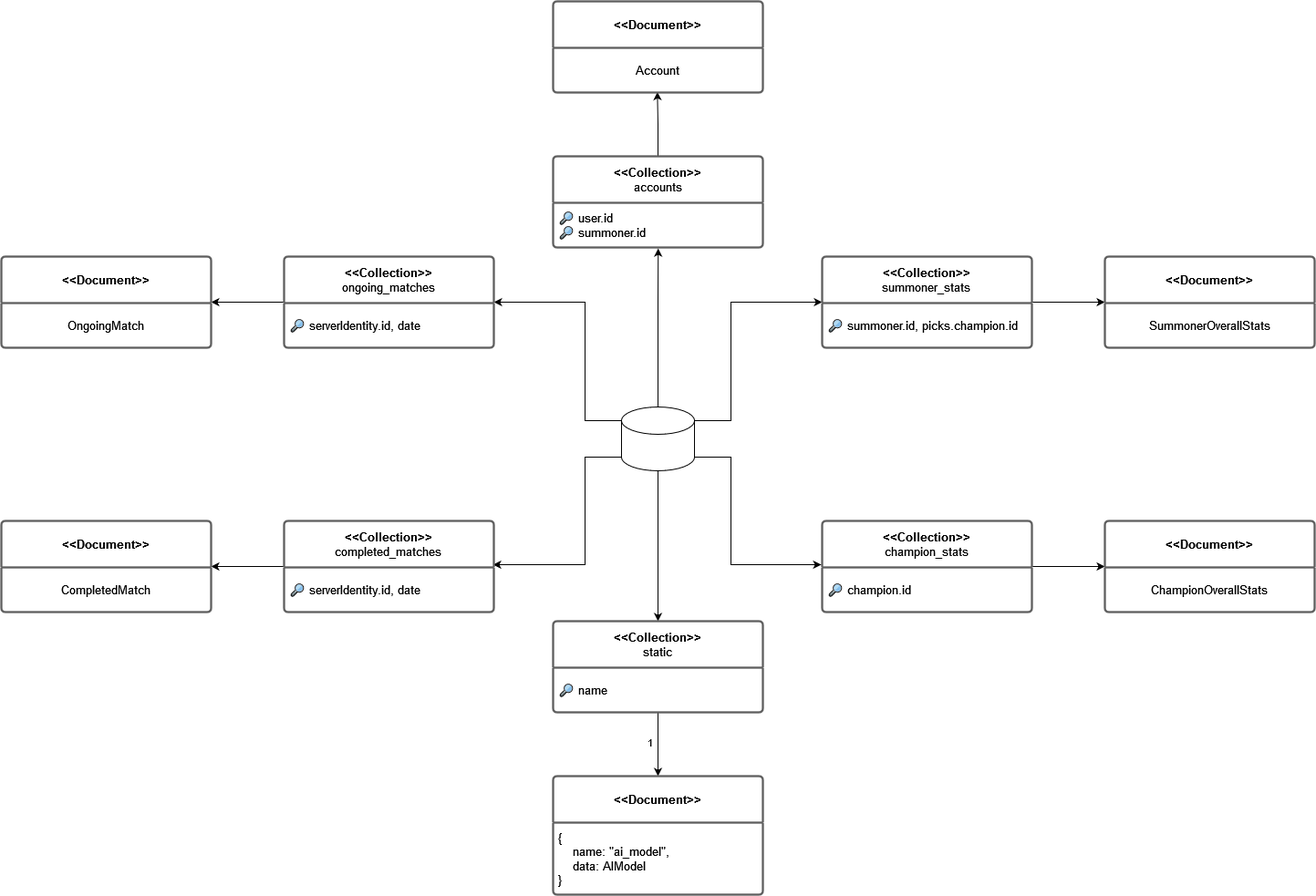
This is docs/img/database.png from ajoscram/Jupi-Zordon-3400, a draw.io export, as it was before one commit. Source tidied: cells renumbered, new cells last; positions are measured from the earlier drawing's top-left corner, leaving out a move shared by most shapes.
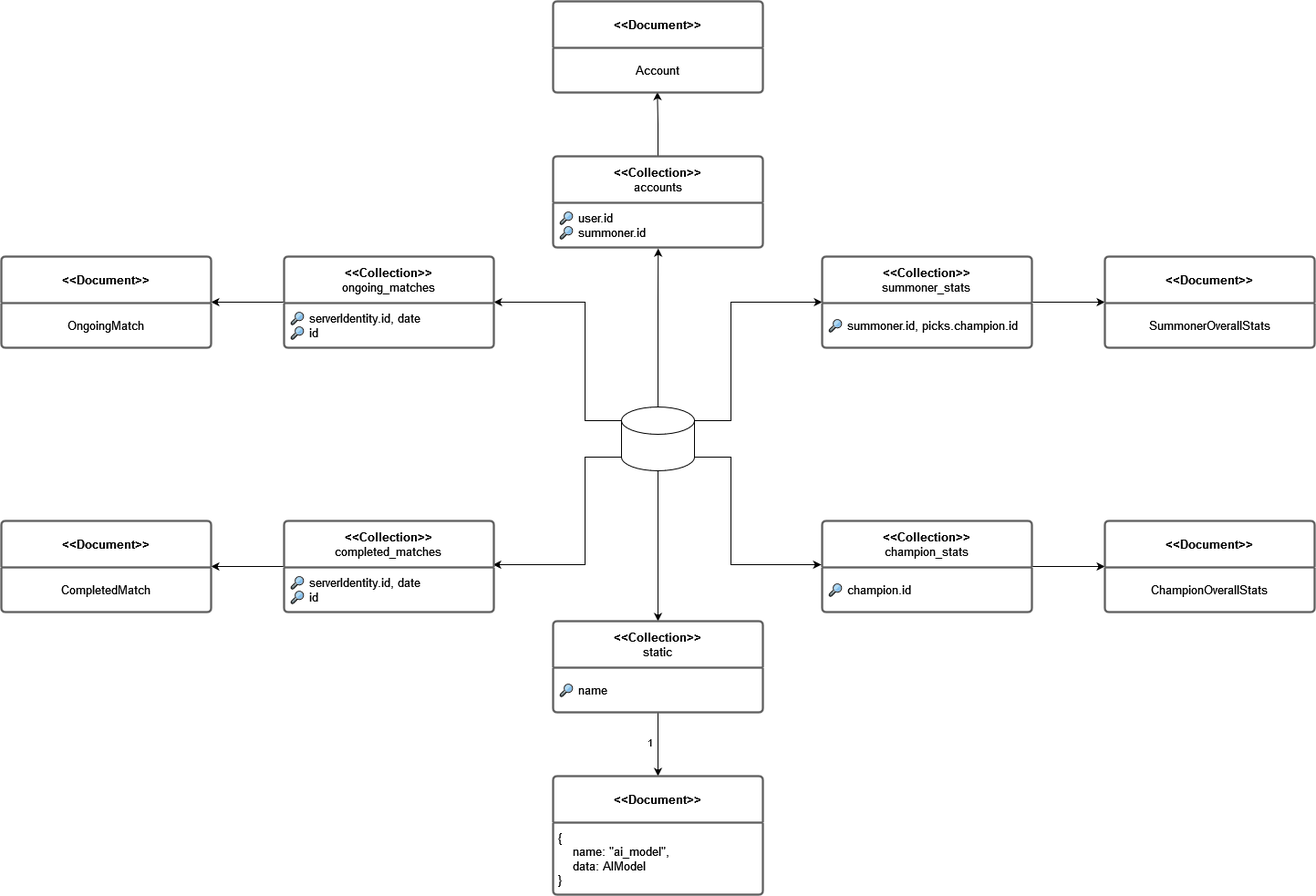
The same diagram one commit later.

The edit, as a diff of the source:
```diff
@@ -110,7 +110,7 @@
     <mxCell id="25" value="&lt;div align=&quot;center&quot;&gt;&lt;b&gt;&amp;lt;&amp;lt;Collection&amp;gt;&amp;gt;&lt;/b&gt;&lt;br&gt;ongoing_matches&lt;br&gt;&lt;/div&gt;" style="html=1;overflow=block;blockSpacing=1;whiteSpace=wrap;swimlane;horizontal=1;fontStyle=0;swimlaneFillColor=#ffffff;startSize=51;whiteSpace=wrap;overflow=block;blockSpacing=1;html=1;fontSize=13;whiteSpace=wrap;fontSize=13;align=center;spacing=0;strokeColor=#5e5e5e;strokeOpacity=100;rounded=1;absoluteArcSize=1;arcSize=9;strokeWidth=2.3;" parent="1" vertex="1">
       <mxGeometry x="310" y="280" width="230" height="100" as="geometry" />
     </mxCell>
-    <mxCell id="26" value="&lt;div&gt;🔎 serverIdentity.id, date&lt;br&gt;&lt;/div&gt;" style="html=1;whiteSpace=wrap;strokeColor=none;fillColor=none;align=left;verticalAlign=middle;spacingLeft=4;spacingRight=4;overflow=hidden;swimlaneFillColor=#ffffff;strokeOpacity=100;whiteSpace=wrap;overflow=block;blockSpacing=1;html=1;fontSize=13;" parent="25" vertex="1">
+    <mxCell id="26" value="&lt;div&gt;🔎 serverIdentity.id, date&lt;br&gt;🔎 id&lt;/div&gt;" style="html=1;whiteSpace=wrap;strokeColor=none;fillColor=none;align=left;verticalAlign=middle;spacingLeft=4;spacingRight=4;overflow=hidden;swimlaneFillColor=#ffffff;strokeOpacity=100;whiteSpace=wrap;overflow=block;blockSpacing=1;html=1;fontSize=13;" parent="25" vertex="1">
       <mxGeometry y="51" width="230" height="49" as="geometry" />
     </mxCell>
     <mxCell id="27" style="edgeStyle=orthogonalEdgeStyle;rounded=0;jettySize=auto;html=1;exitX=0;exitY=0.5;exitDx=0;exitDy=0;" parent="1" edge="1" source="28" target="38">
@@ -119,7 +119,7 @@
     <mxCell id="28" value="&lt;div align=&quot;center&quot;&gt;&lt;b&gt;&amp;lt;&amp;lt;Collection&amp;gt;&amp;gt;&lt;/b&gt;&lt;br&gt;completed_matches&lt;br&gt;&lt;/div&gt;" style="html=1;overflow=block;blockSpacing=1;whiteSpace=wrap;swimlane;horizontal=1;fontStyle=0;swimlaneFillColor=#ffffff;startSize=51;whiteSpace=wrap;overflow=block;blockSpacing=1;html=1;fontSize=13;whiteSpace=wrap;fontSize=13;align=center;spacing=0;strokeColor=#5e5e5e;strokeOpacity=100;rounded=1;absoluteArcSize=1;arcSize=9;strokeWidth=2.3;" parent="1" vertex="1">
       <mxGeometry x="310" y="570" width="230" height="100" as="geometry" />
     </mxCell>
-    <mxCell id="29" value="🔎 serverIdentity.id, date" style="html=1;whiteSpace=wrap;strokeColor=none;fillColor=none;align=left;verticalAlign=middle;spacingLeft=4;spacingRight=4;overflow=hidden;points=[[0,0.5],[1,0.5]];portConstraint=eastwest;swimlaneFillColor=#ffffff;strokeOpacity=100;whiteSpace=wrap;overflow=block;blockSpacing=1;html=1;fontSize=13;" parent="28" vertex="1">
+    <mxCell id="29" value="🔎 serverIdentity.id, date&lt;br&gt;🔎 id" style="html=1;whiteSpace=wrap;strokeColor=none;fillColor=none;align=left;verticalAlign=middle;spacingLeft=4;spacingRight=4;overflow=hidden;points=[[0,0.5],[1,0.5]];portConstraint=eastwest;swimlaneFillColor=#ffffff;strokeOpacity=100;whiteSpace=wrap;overflow=block;blockSpacing=1;html=1;fontSize=13;" parent="28" vertex="1">
       <mxGeometry y="51" width="230" height="49" as="geometry" />
     </mxCell>
     <mxCell id="30" value="&lt;div align=&quot;center&quot;&gt;&lt;b&gt;&amp;lt;&amp;lt;Document&amp;gt;&amp;gt;&lt;/b&gt;&lt;br&gt;&lt;/div&gt;" style="html=1;overflow=block;blockSpacing=1;whiteSpace=wrap;swimlane;horizontal=1;fontStyle=0;swimlaneFillColor=#ffffff;startSize=51;whiteSpace=wrap;overflow=block;blockSpacing=1;html=1;fontSize=13;whiteSpace=wrap;fontSize=13;align=center;spacing=0;strokeColor=#5e5e5e;strokeOpacity=100;rounded=1;absoluteArcSize=1;arcSize=9;strokeWidth=2.3;" parent="1" vertex="1">
```
